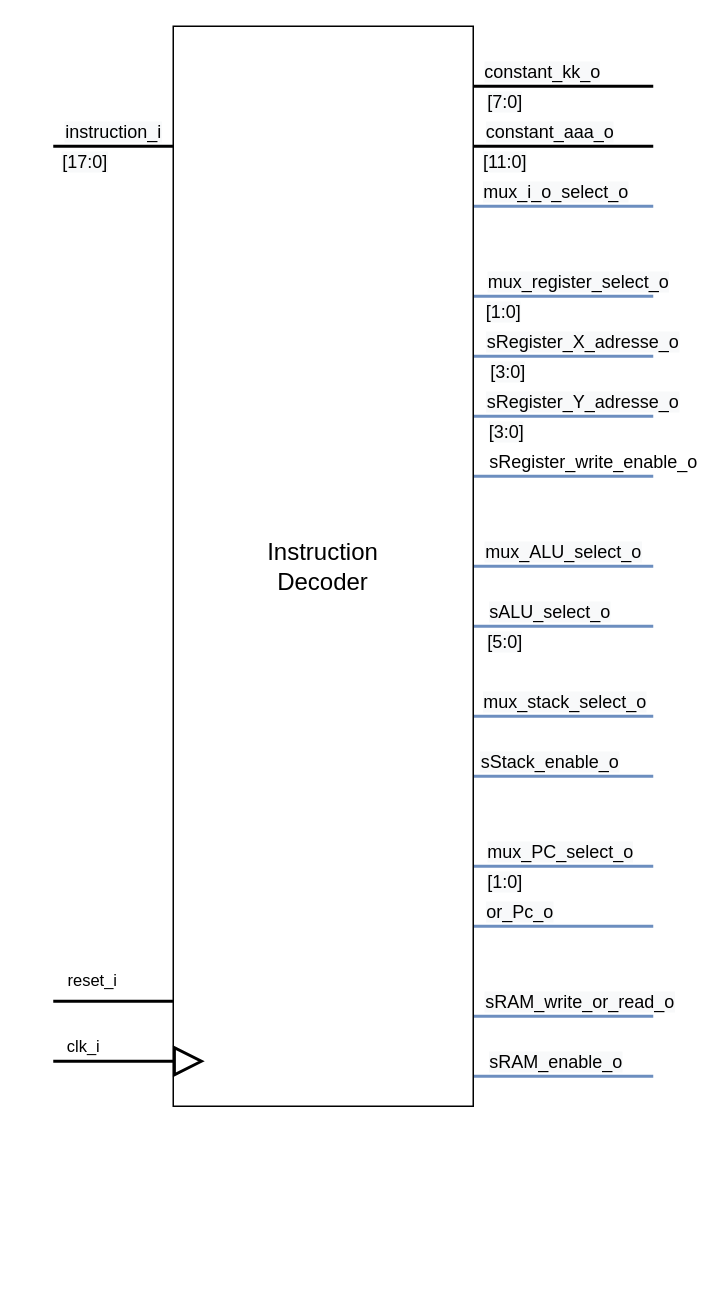
Above: Blockbeschreibungen/ID_beschreibung.drawio in graefjk/RO2 (draw.io), before the change. Source tidied: cells renumbered, new cells numbered last; positions are measured from the earlier drawing's top-left corner, leaving out a move shared by most shapes. Both pictures are drawn from the tidied source at 150%, with x=0, y=0 at pixel (52, 26).
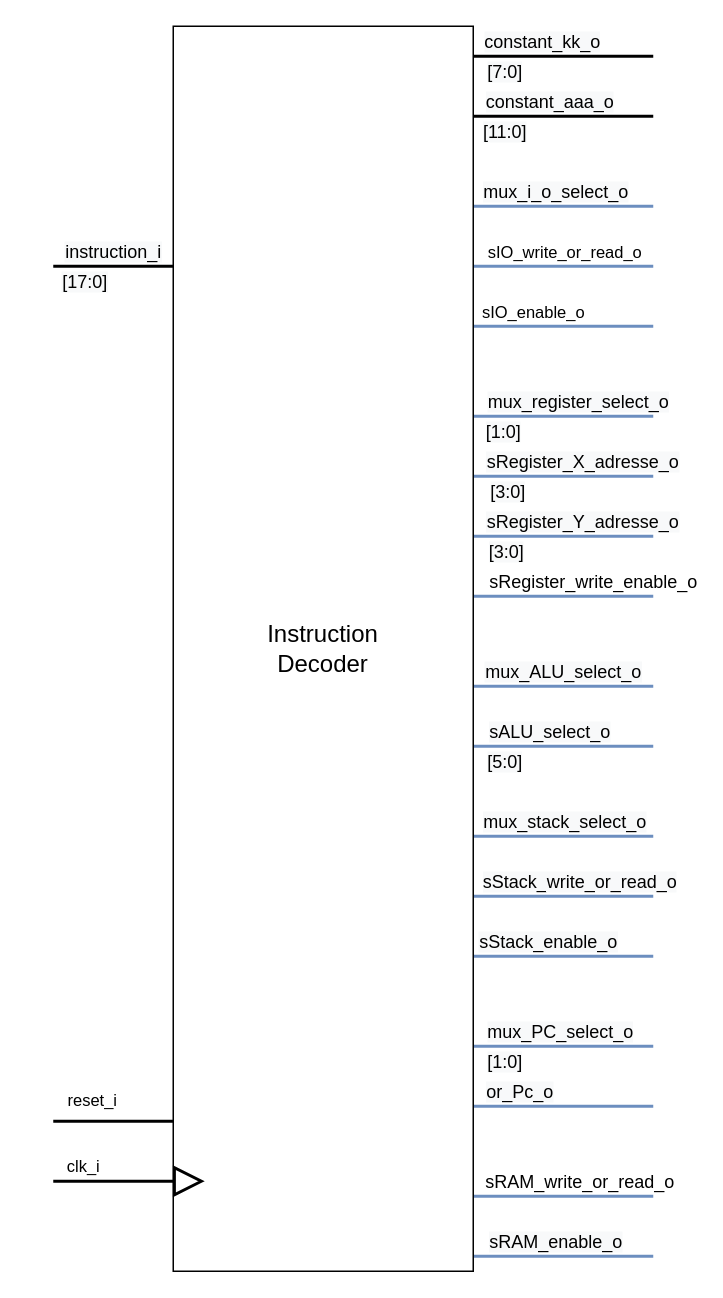
The same page after the edit.

Diff of the diagram source:
```diff
@@
     <mxCell id="2" style="edgeStyle=orthogonalEdgeStyle;rounded=0;jettySize=auto;html=1;endArrow=none;endFill=0;strokeWidth=2;" parent="1" edge="1" source="44">
       <mxGeometry relative="1" as="geometry">
-        <mxPoint y="80" as="targetPoint" />
+        <mxPoint y="160" as="targetPoint" />
         <Array as="points">
-          <mxPoint x="60" y="80" />
-          <mxPoint x="60" y="80" />
+          <mxPoint x="60" y="160" />
+          <mxPoint x="60" y="160" />
         </Array>
       </mxGeometry>
     </mxCell>
@@
     <mxCell id="5" style="edgeStyle=orthogonalEdgeStyle;rounded=0;jettySize=auto;html=1;endArrow=none;endFill=0;strokeWidth=2;" parent="1" edge="1" source="44">
       <mxGeometry relative="1" as="geometry">
-        <mxPoint y="650" as="targetPoint" />
+        <mxPoint y="730" as="targetPoint" />
         <Array as="points">
-          <mxPoint x="40" y="650" />
-          <mxPoint x="40" y="650" />
+          <mxPoint x="40" y="730" />
+          <mxPoint x="40" y="730" />
         </Array>
       </mxGeometry>
     </mxCell>
@@
     <mxCell id="7" style="edgeStyle=orthogonalEdgeStyle;rounded=0;jettySize=auto;html=1;endArrow=none;endFill=0;strokeWidth=2;" parent="1" edge="1" source="44">
       <mxGeometry relative="1" as="geometry">
-        <mxPoint x="400" y="40" as="targetPoint" />
+        <mxPoint x="400" y="20" as="targetPoint" />
         <Array as="points">
-          <mxPoint x="350" y="40" />
-          <mxPoint x="350" y="40" />
+          <mxPoint x="390" y="20" />
+          <mxPoint x="390" y="20" />
         </Array>
       </mxGeometry>
     </mxCell>
@@
     <mxCell id="10" style="edgeStyle=orthogonalEdgeStyle;rounded=0;jettySize=auto;html=1;endArrow=none;endFill=0;strokeWidth=2;" parent="1" edge="1" source="44">
       <mxGeometry relative="1" as="geometry">
-        <mxPoint x="400" y="80" as="targetPoint" />
+        <mxPoint x="400" y="60" as="targetPoint" />
         <Array as="points">
-          <mxPoint x="350" y="80" />
-          <mxPoint x="350" y="80" />
+          <mxPoint x="390" y="60" />
+          <mxPoint x="390" y="60" />
         </Array>
       </mxGeometry>
     </mxCell>
@@
     <mxCell id="13" style="edgeStyle=orthogonalEdgeStyle;rounded=0;jettySize=auto;html=1;endArrow=none;endFill=0;strokeWidth=2;fillColor=#dae8fc;strokeColor=#6c8ebf;" parent="1" edge="1" source="44">
       <mxGeometry relative="1" as="geometry">
         <mxPoint x="400" y="120" as="targetPoint" />
         <Array as="points">
-          <mxPoint x="340" y="120" />
-          <mxPoint x="340" y="120" />
+          <mxPoint x="390" y="120" />
+          <mxPoint x="390" y="120" />
         </Array>
       </mxGeometry>
     </mxCell>
@@
     <mxCell id="15" style="edgeStyle=orthogonalEdgeStyle;rounded=0;jettySize=auto;html=1;endArrow=none;endFill=0;strokeWidth=2;fillColor=#dae8fc;strokeColor=#6c8ebf;" parent="1" edge="1" source="44">
       <mxGeometry relative="1" as="geometry">
-        <mxPoint x="400" y="220" as="targetPoint" />
+        <mxPoint x="400" y="300" as="targetPoint" />
         <Array as="points">
-          <mxPoint x="390" y="220" />
-          <mxPoint x="390" y="220" />
+          <mxPoint x="390" y="300" />
+          <mxPoint x="390" y="300" />
         </Array>
       </mxGeometry>
     </mxCell>
@@
     <mxCell id="18" style="edgeStyle=orthogonalEdgeStyle;rounded=0;jettySize=auto;html=1;endArrow=none;endFill=0;strokeWidth=2;fillColor=#dae8fc;strokeColor=#6c8ebf;" parent="1" edge="1" source="44">
       <mxGeometry relative="1" as="geometry">
-        <mxPoint x="400" y="260" as="targetPoint" />
+        <mxPoint x="400" y="340" as="targetPoint" />
         <Array as="points">
-          <mxPoint x="390" y="260" />
-          <mxPoint x="390" y="260" />
+          <mxPoint x="390" y="340" />
+          <mxPoint x="390" y="340" />
         </Array>
       </mxGeometry>
     </mxCell>
@@
     <mxCell id="21" style="edgeStyle=orthogonalEdgeStyle;rounded=0;jettySize=auto;html=1;endArrow=none;endFill=0;strokeWidth=2;fillColor=#dae8fc;strokeColor=#6c8ebf;" parent="1" edge="1" source="44">
       <mxGeometry relative="1" as="geometry">
-        <mxPoint x="400" y="180" as="targetPoint" />
+        <mxPoint x="400" y="260" as="targetPoint" />
         <Array as="points">
-          <mxPoint x="380" y="180" />
-          <mxPoint x="380" y="180" />
+          <mxPoint x="380" y="260" />
+          <mxPoint x="380" y="260" />
         </Array>
       </mxGeometry>
     </mxCell>
@@
     <mxCell id="24" style="edgeStyle=orthogonalEdgeStyle;rounded=0;jettySize=auto;html=1;endArrow=none;endFill=0;strokeWidth=2;fillColor=#dae8fc;strokeColor=#6c8ebf;" parent="1" edge="1" source="44">
       <mxGeometry relative="1" as="geometry">
-        <mxPoint x="400" y="360" as="targetPoint" />
+        <mxPoint x="400" y="440" as="targetPoint" />
         <Array as="points">
-          <mxPoint x="360" y="360" />
-          <mxPoint x="360" y="360" />
+          <mxPoint x="360" y="440" />
+          <mxPoint x="360" y="440" />
         </Array>
       </mxGeometry>
     </mxCell>
@@
     <mxCell id="26" style="edgeStyle=orthogonalEdgeStyle;rounded=0;jettySize=auto;html=1;endArrow=none;endFill=0;strokeWidth=2;fillColor=#dae8fc;strokeColor=#6c8ebf;" parent="1" edge="1" source="44">
       <mxGeometry relative="1" as="geometry">
-        <mxPoint x="400" y="400" as="targetPoint" />
+        <mxPoint x="400" y="480" as="targetPoint" />
         <Array as="points">
-          <mxPoint x="350" y="400" />
-          <mxPoint x="350" y="400" />
+          <mxPoint x="350" y="480" />
+          <mxPoint x="350" y="480" />
         </Array>
       </mxGeometry>
     </mxCell>
@@
     <mxCell id="29" style="edgeStyle=orthogonalEdgeStyle;rounded=0;jettySize=auto;html=1;endArrow=none;endFill=0;strokeWidth=2;fillColor=#dae8fc;strokeColor=#6c8ebf;" parent="1" edge="1" source="44">
       <mxGeometry relative="1" as="geometry">
-        <mxPoint x="400" y="460" as="targetPoint" />
+        <mxPoint x="400" y="540" as="targetPoint" />
         <Array as="points">
-          <mxPoint x="360" y="460" />
-          <mxPoint x="360" y="460" />
+          <mxPoint x="360" y="540" />
+          <mxPoint x="360" y="540" />
         </Array>
       </mxGeometry>
     </mxCell>
@@
     <mxCell id="31" style="edgeStyle=orthogonalEdgeStyle;rounded=0;jettySize=auto;html=1;endArrow=none;endFill=0;strokeWidth=2;fillColor=#dae8fc;strokeColor=#6c8ebf;" parent="1" edge="1" source="44">
       <mxGeometry relative="1" as="geometry">
-        <mxPoint x="400" y="500" as="targetPoint" />
+        <mxPoint x="400" y="580" as="targetPoint" />
         <Array as="points">
-          <mxPoint x="360" y="500" />
-          <mxPoint x="360" y="500" />
+          <mxPoint x="360" y="580" />
+          <mxPoint x="360" y="580" />
         </Array>
       </mxGeometry>
     </mxCell>
-    <mxCell id="32" value="&lt;span style=&quot;font-size: 12px ; background-color: rgb(248 , 249 , 250)&quot;&gt;sStack_enable_o&lt;/span&gt;" style="edgeLabel;html=1;align=center;verticalAlign=middle;" parent="31" vertex="1">
+    <mxCell id="32" value="&lt;span style=&quot;font-size: 12px ; background-color: rgb(248 , 249 , 250)&quot;&gt;sStack_&lt;/span&gt;&lt;span style=&quot;font-size: 12px ; background-color: rgb(248 , 249 , 250)&quot;&gt;write_or_read&lt;/span&gt;&lt;span style=&quot;font-size: 12px ; background-color: rgb(248 , 249 , 250)&quot;&gt;_o&lt;/span&gt;" style="edgeLabel;html=1;align=center;verticalAlign=middle;" parent="31" vertex="1">
       <mxGeometry x="-0.33" y="20" relative="1" as="geometry">
-        <mxPoint x="10" y="10" as="offset" />
+        <mxPoint x="30" y="10" as="offset" />
       </mxGeometry>
     </mxCell>
     <mxCell id="33" style="edgeStyle=orthogonalEdgeStyle;rounded=0;jettySize=auto;html=1;endArrow=none;endFill=0;strokeWidth=2;fillColor=#dae8fc;strokeColor=#6c8ebf;" parent="1" edge="1" source="44">
       <mxGeometry relative="1" as="geometry">
-        <mxPoint x="400" y="560" as="targetPoint" />
+        <mxPoint x="400" y="680" as="targetPoint" />
         <Array as="points">
-          <mxPoint x="380" y="560" />
-          <mxPoint x="380" y="560" />
+          <mxPoint x="390" y="680" />
+          <mxPoint x="390" y="680" />
         </Array>
       </mxGeometry>
     </mxCell>
@@
     <mxCell id="36" style="edgeStyle=orthogonalEdgeStyle;rounded=0;jettySize=auto;html=1;endArrow=none;endFill=0;strokeWidth=2;fillColor=#dae8fc;strokeColor=#6c8ebf;" parent="1" edge="1" source="44">
       <mxGeometry relative="1" as="geometry">
-        <mxPoint x="400" y="600" as="targetPoint" />
+        <mxPoint x="400" y="720" as="targetPoint" />
         <Array as="points">
-          <mxPoint x="360" y="600" />
-          <mxPoint x="360" y="600" />
+          <mxPoint x="390" y="720" />
+          <mxPoint x="390" y="720" />
         </Array>
       </mxGeometry>
     </mxCell>
@@
     <mxCell id="38" style="edgeStyle=orthogonalEdgeStyle;rounded=0;jettySize=auto;html=1;endArrow=none;endFill=0;strokeWidth=2;fillColor=#dae8fc;strokeColor=#6c8ebf;" parent="1" edge="1" source="44">
       <mxGeometry relative="1" as="geometry">
-        <mxPoint x="400" y="660" as="targetPoint" />
+        <mxPoint x="400" y="780" as="targetPoint" />
         <Array as="points">
-          <mxPoint x="380" y="660" />
-          <mxPoint x="380" y="660" />
+          <mxPoint x="390" y="780" />
+          <mxPoint x="390" y="780" />
         </Array>
       </mxGeometry>
     </mxCell>
-    <mxCell id="39" value="&lt;span style=&quot;font-size: 12px ; background-color: rgb(248 , 249 , 250)&quot;&gt;sRAM_write_or_read_o&lt;/span&gt;" style="edgeLabel;html=1;align=center;verticalAlign=middle;" parent="38" vertex="1">
+    <mxCell id="39" value="&lt;span style=&quot;font-size: 12px;&quot;&gt;sRAM_write_or_read_o&lt;/span&gt;" style="edgeLabel;html=1;align=center;verticalAlign=middle;labelBackgroundColor=none;" parent="38" vertex="1">
       <mxGeometry x="-0.5" y="11" relative="1" as="geometry">
         <mxPoint x="40.7" y="1" as="offset" />
       </mxGeometry>
     </mxCell>
     <mxCell id="40" style="edgeStyle=orthogonalEdgeStyle;rounded=0;jettySize=auto;html=1;endArrow=none;endFill=0;strokeWidth=2;fillColor=#dae8fc;strokeColor=#6c8ebf;" parent="1" edge="1" source="44">
       <mxGeometry relative="1" as="geometry">
-        <mxPoint x="400" y="700" as="targetPoint" />
+        <mxPoint x="400" y="820" as="targetPoint" />
         <Array as="points">
-          <mxPoint x="380" y="700" />
-          <mxPoint x="380" y="700" />
+          <mxPoint x="390" y="820" />
+          <mxPoint x="390" y="820" />
         </Array>
       </mxGeometry>
     </mxCell>
@@
     <mxCell id="42" style="edgeStyle=orthogonalEdgeStyle;rounded=0;jettySize=auto;html=1;strokeWidth=2;endArrow=none;endFill=0;fillColor=#dae8fc;strokeColor=#6c8ebf;" parent="1" edge="1" source="44">
       <mxGeometry relative="1" as="geometry">
-        <mxPoint x="400" y="300" as="targetPoint" />
+        <mxPoint x="400" y="380" as="targetPoint" />
         <Array as="points">
-          <mxPoint x="390" y="300" />
-          <mxPoint x="390" y="300" />
+          <mxPoint x="390" y="380" />
+          <mxPoint x="390" y="380" />
         </Array>
       </mxGeometry>
     </mxCell>
@@
+    <mxCell id="46" style="edgeStyle=orthogonalEdgeStyle;rounded=0;jettySize=auto;html=1;strokeWidth=2;endArrow=none;endFill=0;fillColor=#dae8fc;strokeColor=#6c8ebf;" parent="1" edge="1" source="44">
+      <mxGeometry relative="1" as="geometry">
+        <mxPoint x="400" y="620" as="targetPoint" />
+        <Array as="points">
+          <mxPoint x="390" y="620" />
+          <mxPoint x="390" y="620" />
+        </Array>
+      </mxGeometry>
+    </mxCell>
+    <mxCell id="47" value="&lt;span style=&quot;font-size: 12px ; background-color: rgb(248 , 249 , 250)&quot;&gt;sStack_enable_o&lt;/span&gt;" style="edgeLabel;html=1;align=center;verticalAlign=middle;" parent="46" vertex="1">
+      <mxGeometry x="-0.75" relative="1" as="geometry">
+        <mxPoint x="34.8" y="-10" as="offset" />
+      </mxGeometry>
+    </mxCell>
+    <mxCell id="48" style="edgeStyle=orthogonalEdgeStyle;rounded=0;jettySize=auto;html=1;endArrow=none;endFill=0;strokeWidth=2;fillColor=#dae8fc;strokeColor=#6c8ebf;" parent="1" edge="1" source="44">
+      <mxGeometry relative="1" as="geometry">
+        <mxPoint x="400" y="160" as="targetPoint" />
+        <Array as="points">
+          <mxPoint x="390" y="160" />
+          <mxPoint x="390" y="160" />
+        </Array>
+      </mxGeometry>
+    </mxCell>
+    <mxCell id="49" value="sIO_write_or_read_o" style="edgeLabel;html=1;align=center;verticalAlign=middle;" parent="48" vertex="1">
+      <mxGeometry x="-0.85" y="1" relative="1" as="geometry">
+        <mxPoint x="51" y="-9" as="offset" />
+      </mxGeometry>
+    </mxCell>
+    <mxCell id="50" style="edgeStyle=orthogonalEdgeStyle;rounded=0;jettySize=auto;html=1;endArrow=none;endFill=0;strokeWidth=2;fillColor=#dae8fc;strokeColor=#6c8ebf;" parent="1" edge="1" source="44">
+      <mxGeometry relative="1" as="geometry">
+        <mxPoint x="400" y="200" as="targetPoint" />
+        <Array as="points">
+          <mxPoint x="360" y="200" />
+          <mxPoint x="360" y="200" />
+        </Array>
+      </mxGeometry>
+    </mxCell>
+    <mxCell id="51" value="sIO_enable_o" style="edgeLabel;html=1;align=center;verticalAlign=middle;" parent="50" vertex="1">
+      <mxGeometry x="-0.7" y="1" relative="1" as="geometry">
+        <mxPoint x="21.9" y="-9" as="offset" />
+      </mxGeometry>
+    </mxCell>
     <mxCell id="44" value="&lt;font style=&quot;font-size: 16px&quot;&gt;Instruction&lt;br&gt;Decoder&lt;/font&gt;" style="rounded=0;whiteSpace=wrap;html=1;" parent="1" vertex="1">
-      <mxGeometry x="80" width="200" height="720" as="geometry" />
+      <mxGeometry x="80" width="200" height="830" as="geometry" />
     </mxCell>
     <mxCell id="45" value="clk_i" style="endArrow=block;endSize=16;endFill=0;html=1;strokeWidth=2;" parent="1" edge="1">
       <mxGeometry x="-0.6" y="10" relative="1" as="geometry">
-        <mxPoint y="690" as="sourcePoint" />
-        <mxPoint x="101" y="690" as="targetPoint" />
+        <mxPoint y="770" as="sourcePoint" />
+        <mxPoint x="101" y="770" as="targetPoint" />
       </mxGeometry>
     </mxCell>
```
